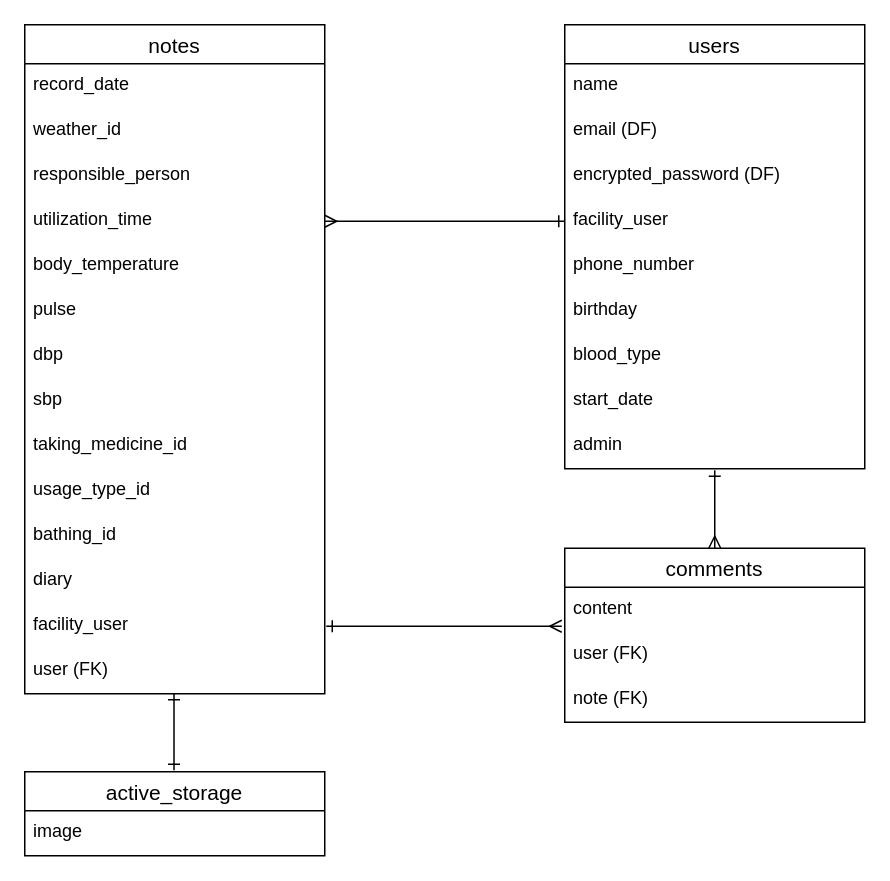
This is ohana.dio from NRM129/ohana, a draw.io file, before an edit. Source tidied: cells renumbered, new cells numbered last; positions are measured from the earlier drawing's top-left corner, leaving out a move shared by most shapes. Both pictures are drawn from the tidied source at 150%, with x=0, y=0 at pixel (24, 24).
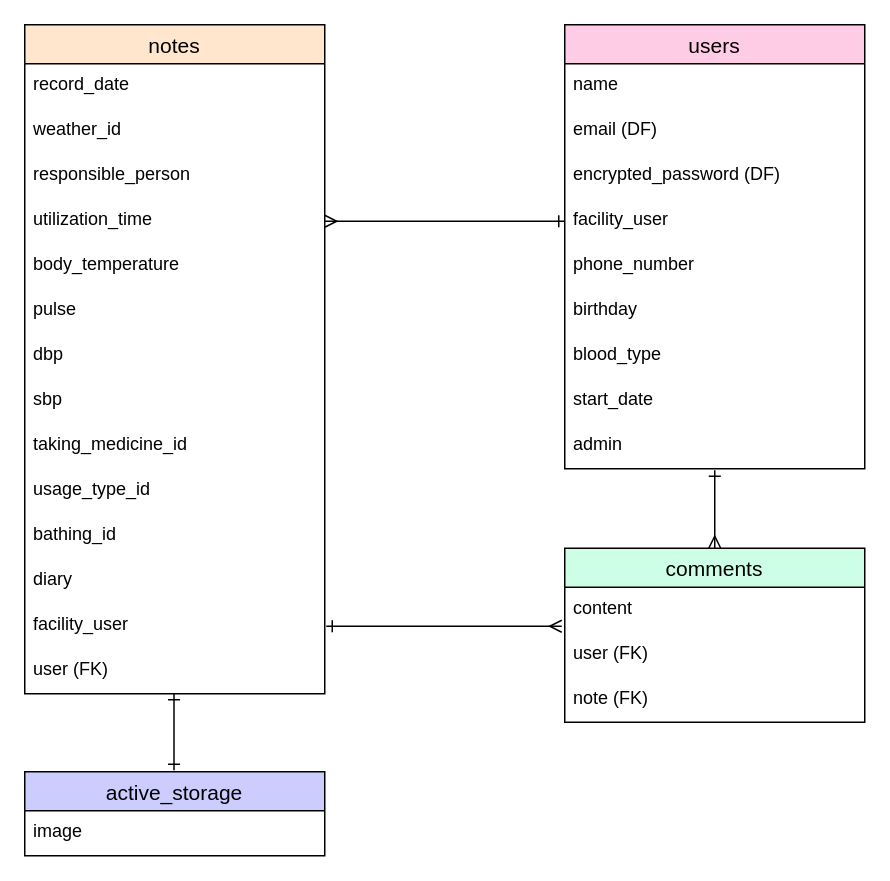
The same diagram, later.

The edit, as a diff of the source:
```diff
@@
-<mxGraphModel>
+<mxGraphModel background="#ffffff">
@@
-    <mxCell id="2" value="users" style="swimlane;fontStyle=0;horizontal=1;startSize=26;align=center;fontSize=14;" parent="1" vertex="1">
+    <mxCell id="2" value="users" style="swimlane;fontStyle=0;horizontal=1;startSize=26;align=center;fontSize=14;fontColor=#000000;fillColor=#FFCCE6;" parent="1" vertex="1">
       <mxGeometry x="360" width="200" height="296" as="geometry" />
     </mxCell>
@@
-    <mxCell id="12" value="notes" style="swimlane;fontStyle=0;horizontal=1;startSize=26;align=center;fontSize=14;" parent="1" vertex="1">
+    <mxCell id="12" value="notes" style="swimlane;fontStyle=0;horizontal=1;startSize=26;align=center;fontSize=14;fillColor=#FFE6CC;fontColor=#000000;" parent="1" vertex="1">
       <mxGeometry width="200" height="446" as="geometry" />
     </mxCell>
@@
-    <mxCell id="27" value="active_storage" style="swimlane;fontStyle=0;horizontal=1;startSize=26;align=center;fontSize=14;" parent="1" vertex="1">
+    <mxCell id="27" value="active_storage" style="swimlane;fontStyle=0;horizontal=1;startSize=26;align=center;fontSize=14;fillColor=#CCCCFF;fontColor=#000000;" parent="1" vertex="1">
       <mxGeometry y="498" width="200" height="56" as="geometry" />
     </mxCell>
@@
-    <mxCell id="31" value="comments" style="swimlane;fontStyle=0;horizontal=1;startSize=26;align=center;fontSize=14;" parent="1" vertex="1">
+    <mxCell id="31" value="comments" style="swimlane;fontStyle=0;horizontal=1;startSize=26;align=center;fontSize=14;fillColor=#CCFFE6;fontColor=#000000;" parent="1" vertex="1">
       <mxGeometry x="360" y="349" width="200" height="116" as="geometry" />
     </mxCell>
```
